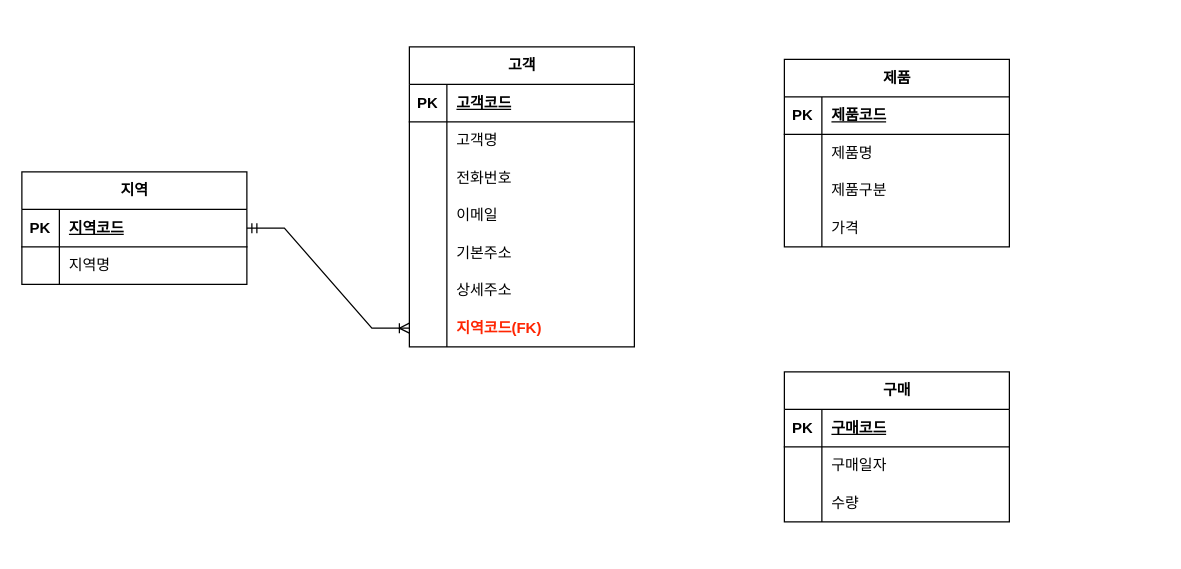
Above: page "페이지-3" (2 of 2) of 제목 없는 다이어그램.drawio in sunyoung-toone/ERD_study (draw.io), before the change. Source tidied: cells renumbered, new cells numbered last; positions are measured from the earlier drawing's top-left corner, leaving out a move shared by most shapes. Both pictures are drawn from the tidied source at 125%, with x=0, y=0 at pixel (21, 46).
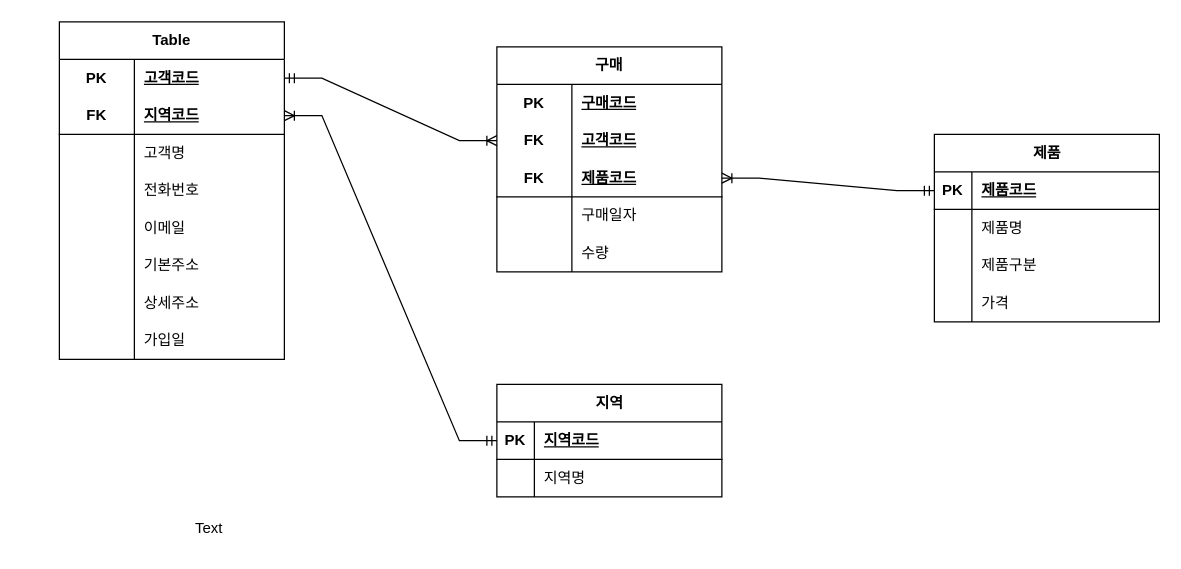
The same diagram, later.

Commit message:
제목 없는 다이어그램.drawio 업데이트

Unchanged cells that the change refers to:
```xml
<mxCell id="35" style="shape=tableRow;horizontal=0;startSize=0;swimlaneHead=0;swimlaneBody=0;fillColor=none;points=[[0,0.5],[1,0.5]];portConstraint=eastwest;top=0;left=0;right=0;bottom=1;" parent="34" vertex="1">
  <mxGeometry y="30" width="180" height="30" as="geometry" />
</mxCell>
<mxCell id="48" style="shape=tableRow;horizontal=0;startSize=0;swimlaneHead=0;swimlaneBody=0;fillColor=none;points=[[0,0.5],[1,0.5]];portConstraint=eastwest;top=0;left=0;right=0;bottom=1;" parent="47" vertex="1">
  <mxGeometry y="30" width="180" height="30" as="geometry" />
</mxCell>
```

Diff of the diagram source:
```diff
@@
-    <mxCell id="2" value="고객" style="shape=table;startSize=30;childLayout=tableLayout;rowLines=0;fontStyle=1;align=center;html=1;" parent="1" vertex="1">
-      <mxGeometry x="310" width="180" height="240" as="geometry" />
-    </mxCell>
-    <mxCell id="3" style="shape=tableRow;horizontal=0;startSize=0;swimlaneHead=0;swimlaneBody=0;fillColor=none;top=0;left=0;right=0;bottom=1;" parent="2" vertex="1">
-      <mxGeometry y="30" width="180" height="30" as="geometry" />
-    </mxCell>
-    <mxCell id="4" value="PK" style="shape=partialRectangle;fillColor=none;top=0;left=0;bottom=0;right=0;fontStyle=1;overflow=hidden;whiteSpace=wrap;html=1;" parent="3" vertex="1">
-      <mxGeometry width="30" height="30" as="geometry" />
-    </mxCell>
-    <mxCell id="5" value="고객코드" style="shape=partialRectangle;fillColor=none;top=0;left=0;bottom=0;right=0;align=left;spacingLeft=6;fontStyle=5;overflow=hidden;whiteSpace=wrap;html=1;" parent="3" vertex="1">
-      <mxGeometry x="30" width="150" height="30" as="geometry" />
-    </mxCell>
-    <mxCell id="6" style="shape=tableRow;horizontal=0;startSize=0;swimlaneHead=0;swimlaneBody=0;fillColor=none;top=0;left=0;right=0;bottom=0;" parent="2" vertex="1">
-      <mxGeometry y="60" width="180" height="30" as="geometry" />
-    </mxCell>
-    <mxCell id="7" style="shape=partialRectangle;fillColor=none;top=0;left=0;bottom=0;right=0;overflow=hidden;whiteSpace=wrap;html=1;" parent="6" vertex="1">
-      <mxGeometry width="30" height="30" as="geometry" />
-    </mxCell>
-    <mxCell id="8" value="고객명" style="shape=partialRectangle;fillColor=none;top=0;left=0;bottom=0;right=0;align=left;spacingLeft=6;overflow=hidden;whiteSpace=wrap;html=1;" parent="6" vertex="1">
-      <mxGeometry x="30" width="150" height="30" as="geometry" />
-    </mxCell>
-    <mxCell id="9" style="shape=tableRow;horizontal=0;startSize=0;swimlaneHead=0;swimlaneBody=0;fillColor=none;top=0;left=0;right=0;bottom=0;" parent="2" vertex="1">
-      <mxGeometry y="90" width="180" height="30" as="geometry" />
-    </mxCell>
-    <mxCell id="10" style="shape=partialRectangle;fillColor=none;top=0;left=0;bottom=0;right=0;overflow=hidden;whiteSpace=wrap;html=1;" parent="9" vertex="1">
-      <mxGeometry width="30" height="30" as="geometry" />
-    </mxCell>
-    <mxCell id="11" value="전화번호" style="shape=partialRectangle;fillColor=none;top=0;left=0;bottom=0;right=0;align=left;spacingLeft=6;overflow=hidden;whiteSpace=wrap;html=1;" parent="9" vertex="1">
-      <mxGeometry x="30" width="150" height="30" as="geometry" />
-    </mxCell>
-    <mxCell id="12" style="shape=tableRow;horizontal=0;startSize=0;swimlaneHead=0;swimlaneBody=0;fillColor=none;top=0;left=0;right=0;bottom=0;" parent="2" vertex="1">
-      <mxGeometry y="120" width="180" height="30" as="geometry" />
-    </mxCell>
-    <mxCell id="13" style="shape=partialRectangle;fillColor=none;top=0;left=0;bottom=0;right=0;overflow=hidden;whiteSpace=wrap;html=1;" parent="12" vertex="1">
-      <mxGeometry width="30" height="30" as="geometry" />
-    </mxCell>
-    <mxCell id="14" value="이메일" style="shape=partialRectangle;fillColor=none;top=0;left=0;bottom=0;right=0;align=left;spacingLeft=6;overflow=hidden;whiteSpace=wrap;html=1;" parent="12" vertex="1">
-      <mxGeometry x="30" width="150" height="30" as="geometry" />
-    </mxCell>
-    <mxCell id="15" style="shape=tableRow;horizontal=0;startSize=0;swimlaneHead=0;swimlaneBody=0;fillColor=none;top=0;left=0;right=0;bottom=0;" parent="2" vertex="1">
-      <mxGeometry y="150" width="180" height="30" as="geometry" />
-    </mxCell>
-    <mxCell id="16" style="shape=partialRectangle;fillColor=none;top=0;left=0;bottom=0;right=0;overflow=hidden;whiteSpace=wrap;html=1;" parent="15" vertex="1">
-      <mxGeometry width="30" height="30" as="geometry" />
-    </mxCell>
-    <mxCell id="17" value="기본주소" style="shape=partialRectangle;fillColor=none;top=0;left=0;bottom=0;right=0;align=left;spacingLeft=6;overflow=hidden;whiteSpace=wrap;html=1;" parent="15" vertex="1">
-      <mxGeometry x="30" width="150" height="30" as="geometry" />
-    </mxCell>
-    <mxCell id="18" style="shape=tableRow;horizontal=0;startSize=0;swimlaneHead=0;swimlaneBody=0;fillColor=none;top=0;left=0;right=0;bottom=0;" parent="2" vertex="1">
-      <mxGeometry y="180" width="180" height="30" as="geometry" />
-    </mxCell>
-    <mxCell id="19" style="shape=partialRectangle;fillColor=none;top=0;left=0;bottom=0;right=0;overflow=hidden;whiteSpace=wrap;html=1;" parent="18" vertex="1">
-      <mxGeometry width="30" height="30" as="geometry" />
-    </mxCell>
-    <mxCell id="20" value="상세주소" style="shape=partialRectangle;fillColor=none;top=0;left=0;bottom=0;right=0;align=left;spacingLeft=6;overflow=hidden;whiteSpace=wrap;html=1;" parent="18" vertex="1">
-      <mxGeometry x="30" width="150" height="30" as="geometry" />
-    </mxCell>
-    <mxCell id="21" style="shape=tableRow;horizontal=0;startSize=0;swimlaneHead=0;swimlaneBody=0;fillColor=none;points=[[0,0.5],[1,0.5]];portConstraint=eastwest;top=0;left=0;right=0;bottom=0;" parent="2" vertex="1">
-      <mxGeometry y="210" width="180" height="30" as="geometry" />
-    </mxCell>
-    <mxCell id="22" style="shape=partialRectangle;fillColor=none;top=0;left=0;bottom=0;right=0;overflow=hidden;whiteSpace=wrap;html=1;" parent="21" vertex="1">
-      <mxGeometry width="30" height="30" as="geometry" />
-    </mxCell>
-    <mxCell id="23" value="&lt;b&gt;&lt;font style=&quot;color: rgb(255, 37, 2);&quot;&gt;지역코드(FK)&lt;/font&gt;&lt;/b&gt;" style="shape=partialRectangle;fillColor=none;top=0;left=0;bottom=0;right=0;align=left;spacingLeft=6;overflow=hidden;whiteSpace=wrap;html=1;" parent="21" vertex="1">
-      <mxGeometry x="30" width="150" height="30" as="geometry" />
-    </mxCell>
-    <mxCell id="24" value="구매" style="shape=table;startSize=30;childLayout=tableLayout;rowLines=0;fontStyle=1;align=center;html=1;" parent="1" vertex="1">
-      <mxGeometry x="610" y="260" width="180" height="120" as="geometry" />
-    </mxCell>
-    <mxCell id="25" style="shape=tableRow;horizontal=0;startSize=0;swimlaneHead=0;swimlaneBody=0;fillColor=none;top=0;left=0;right=0;bottom=1;" parent="24" vertex="1">
-      <mxGeometry y="30" width="180" height="30" as="geometry" />
-    </mxCell>
-    <mxCell id="26" value="PK" style="shape=partialRectangle;fillColor=none;top=0;left=0;bottom=0;right=0;fontStyle=1;overflow=hidden;whiteSpace=wrap;html=1;" parent="25" vertex="1">
-      <mxGeometry width="30" height="30" as="geometry" />
-    </mxCell>
-    <mxCell id="27" value="구매코드" style="shape=partialRectangle;fillColor=none;top=0;left=0;bottom=0;right=0;align=left;spacingLeft=6;fontStyle=5;overflow=hidden;whiteSpace=wrap;html=1;" parent="25" vertex="1">
-      <mxGeometry x="30" width="150" height="30" as="geometry" />
-    </mxCell>
-    <mxCell id="28" style="shape=tableRow;horizontal=0;startSize=0;swimlaneHead=0;swimlaneBody=0;fillColor=none;top=0;left=0;right=0;bottom=0;" parent="24" vertex="1">
-      <mxGeometry y="60" width="180" height="30" as="geometry" />
-    </mxCell>
-    <mxCell id="29" style="shape=partialRectangle;fillColor=none;top=0;left=0;bottom=0;right=0;overflow=hidden;whiteSpace=wrap;html=1;" parent="28" vertex="1">
-      <mxGeometry width="30" height="30" as="geometry" />
-    </mxCell>
-    <mxCell id="30" value="구매일자" style="shape=partialRectangle;fillColor=none;top=0;left=0;bottom=0;right=0;align=left;spacingLeft=6;overflow=hidden;whiteSpace=wrap;html=1;" parent="28" vertex="1">
-      <mxGeometry x="30" width="150" height="30" as="geometry" />
-    </mxCell>
-    <mxCell id="31" style="shape=tableRow;horizontal=0;startSize=0;swimlaneHead=0;swimlaneBody=0;fillColor=none;top=0;left=0;right=0;bottom=0;" parent="24" vertex="1">
-      <mxGeometry y="90" width="180" height="30" as="geometry" />
-    </mxCell>
-    <mxCell id="32" style="shape=partialRectangle;fillColor=none;top=0;left=0;bottom=0;right=0;overflow=hidden;whiteSpace=wrap;html=1;" parent="31" vertex="1">
-      <mxGeometry width="30" height="30" as="geometry" />
-    </mxCell>
-    <mxCell id="33" value="수량" style="shape=partialRectangle;fillColor=none;top=0;left=0;bottom=0;right=0;align=left;spacingLeft=6;overflow=hidden;whiteSpace=wrap;html=1;" parent="31" vertex="1">
-      <mxGeometry x="30" width="150" height="30" as="geometry" />
-    </mxCell>
     <mxCell id="34" value="제품" style="shape=table;startSize=30;childLayout=tableLayout;rowLines=0;fontStyle=1;align=center;html=1;" parent="1" vertex="1">
-      <mxGeometry x="610" y="10" width="180" height="150" as="geometry" />
+      <mxGeometry x="730" y="70" width="180" height="150" as="geometry" />
     </mxCell>
@@
     <mxCell id="47" value="지역" style="shape=table;startSize=30;childLayout=tableLayout;rowLines=0;fontStyle=1;align=center;html=1;" parent="1" vertex="1">
-      <mxGeometry y="100" width="180" height="90" as="geometry" />
+      <mxGeometry x="380" y="270" width="180" height="90" as="geometry" />
     </mxCell>
@@
-    <mxCell id="54" style="edgeStyle=entityRelationEdgeStyle;fontSize=12;html=1;endArrow=ERoneToMany;startArrow=ERmandOne;rounded=0;exitX=1;exitY=0.5;exitDx=0;exitDy=0;entryX=0;entryY=0.5;entryDx=0;entryDy=0;" parent="1" edge="1" source="48" target="21">
-      <mxGeometry relative="1" as="geometry" />
-    </mxCell>
+    <mxCell id="24" value="구매" style="shape=table;startSize=30;childLayout=tableLayout;rowLines=0;fontStyle=1;align=center;html=1;whiteSpace=wrap;" parent="1" vertex="1">
+      <mxGeometry x="380" width="180" height="180" as="geometry" />
+    </mxCell>
+    <mxCell id="55" style="shape=tableRow;horizontal=0;startSize=0;swimlaneHead=0;swimlaneBody=0;fillColor=none;top=0;left=0;right=0;bottom=0;html=1;" parent="24" vertex="1">
+      <mxGeometry y="30" width="180" height="30" as="geometry" />
+    </mxCell>
+    <mxCell id="56" value="PK" style="shape=partialRectangle;fillColor=none;top=0;left=0;bottom=0;right=0;fontStyle=1;overflow=hidden;html=1;whiteSpace=wrap;" parent="55" vertex="1">
+      <mxGeometry width="60" height="30" as="geometry" />
+    </mxCell>
+    <mxCell id="27" value="구매코드" style="shape=partialRectangle;fillColor=none;top=0;left=0;bottom=0;right=0;align=left;spacingLeft=6;fontStyle=5;overflow=hidden;html=1;whiteSpace=wrap;" parent="55" vertex="1">
+      <mxGeometry x="60" width="120" height="30" as="geometry" />
+    </mxCell>
+    <mxCell id="57" style="shape=tableRow;horizontal=0;startSize=0;swimlaneHead=0;swimlaneBody=0;fillColor=none;points=[[0,0.5],[1,0.5]];portConstraint=eastwest;top=0;left=0;right=0;bottom=0;html=1;" parent="24" vertex="1">
+      <mxGeometry y="60" width="180" height="30" as="geometry" />
+    </mxCell>
+    <mxCell id="58" value="FK" style="shape=partialRectangle;fillColor=none;top=0;left=0;bottom=0;right=0;fontStyle=1;overflow=hidden;html=1;whiteSpace=wrap;" parent="57" vertex="1">
+      <mxGeometry width="60" height="30" as="geometry" />
+    </mxCell>
+    <mxCell id="59" value="고객코드" style="shape=partialRectangle;fillColor=none;top=0;left=0;bottom=0;right=0;align=left;spacingLeft=6;fontStyle=5;overflow=hidden;html=1;whiteSpace=wrap;" parent="57" vertex="1">
+      <mxGeometry x="60" width="120" height="30" as="geometry" />
+    </mxCell>
+    <mxCell id="60" style="shape=tableRow;horizontal=0;startSize=0;swimlaneHead=0;swimlaneBody=0;fillColor=none;points=[[0,0.5],[1,0.5]];portConstraint=eastwest;top=0;left=0;right=0;bottom=1;html=1;" parent="24" vertex="1">
+      <mxGeometry y="90" width="180" height="30" as="geometry" />
+    </mxCell>
+    <mxCell id="61" value="FK" style="shape=partialRectangle;fillColor=none;top=0;left=0;bottom=0;right=0;fontStyle=1;overflow=hidden;html=1;whiteSpace=wrap;" parent="60" vertex="1">
+      <mxGeometry width="60" height="30" as="geometry" />
+    </mxCell>
+    <mxCell id="62" value="제품코드" style="shape=partialRectangle;fillColor=none;top=0;left=0;bottom=0;right=0;align=left;spacingLeft=6;fontStyle=5;overflow=hidden;html=1;whiteSpace=wrap;" parent="60" vertex="1">
+      <mxGeometry x="60" width="120" height="30" as="geometry" />
+    </mxCell>
+    <mxCell id="63" style="shape=tableRow;horizontal=0;startSize=0;swimlaneHead=0;swimlaneBody=0;fillColor=none;top=0;left=0;right=0;bottom=0;html=1;" parent="24" vertex="1">
+      <mxGeometry y="120" width="180" height="30" as="geometry" />
+    </mxCell>
+    <mxCell id="64" style="shape=partialRectangle;fillColor=none;top=0;left=0;bottom=0;right=0;overflow=hidden;html=1;whiteSpace=wrap;" parent="63" vertex="1">
+      <mxGeometry width="60" height="30" as="geometry" />
+    </mxCell>
+    <mxCell id="30" value="구매일자" style="shape=partialRectangle;fillColor=none;top=0;left=0;bottom=0;right=0;align=left;spacingLeft=6;overflow=hidden;html=1;whiteSpace=wrap;" parent="63" vertex="1">
+      <mxGeometry x="60" width="120" height="30" as="geometry" />
+    </mxCell>
+    <mxCell id="65" style="shape=tableRow;horizontal=0;startSize=0;swimlaneHead=0;swimlaneBody=0;fillColor=none;top=0;left=0;right=0;bottom=0;html=1;" parent="24" vertex="1">
+      <mxGeometry y="150" width="180" height="30" as="geometry" />
+    </mxCell>
+    <mxCell id="66" style="shape=partialRectangle;fillColor=none;top=0;left=0;bottom=0;right=0;overflow=hidden;html=1;whiteSpace=wrap;" parent="65" vertex="1">
+      <mxGeometry width="60" height="30" as="geometry" />
+    </mxCell>
+    <mxCell id="33" value="수량" style="shape=partialRectangle;fillColor=none;top=0;left=0;bottom=0;right=0;align=left;spacingLeft=6;overflow=hidden;html=1;whiteSpace=wrap;" parent="65" vertex="1">
+      <mxGeometry x="60" width="120" height="30" as="geometry" />
+    </mxCell>
+    <mxCell id="67" style="edgeStyle=entityRelationEdgeStyle;fontSize=12;html=1;endArrow=ERoneToMany;startArrow=ERmandOne;rounded=0;exitX=1;exitY=0.5;exitDx=0;exitDy=0;entryX=0;entryY=0.5;entryDx=0;entryDy=0;" parent="1" edge="1" target="57">
+      <mxGeometry relative="1" as="geometry">
+        <mxPoint x="210" y="25" as="sourcePoint" />
+      </mxGeometry>
+    </mxCell>
+    <mxCell id="68" style="edgeStyle=entityRelationEdgeStyle;fontSize=12;html=1;endArrow=ERoneToMany;startArrow=ERmandOne;rounded=0;entryX=1;entryY=0.5;entryDx=0;entryDy=0;exitX=0;exitY=0.5;exitDx=0;exitDy=0;" parent="1" edge="1" source="35" target="60">
+      <mxGeometry relative="1" as="geometry" />
+    </mxCell>
+    <mxCell id="69" style="edgeStyle=entityRelationEdgeStyle;fontSize=12;html=1;endArrow=ERoneToMany;startArrow=ERmandOne;rounded=0;entryX=1;entryY=0.5;entryDx=0;entryDy=0;exitX=0;exitY=0.5;exitDx=0;exitDy=0;" parent="1" edge="1" source="48" target="74">
+      <mxGeometry relative="1" as="geometry" />
+    </mxCell>
+    <mxCell id="70" value="Table" style="shape=table;startSize=30;childLayout=tableLayout;rowLines=0;fontStyle=1;align=center;html=1;whiteSpace=wrap;" parent="1" vertex="1">
+      <mxGeometry x="30" y="-20" width="180" height="270" as="geometry" />
+    </mxCell>
+    <mxCell id="71" style="shape=tableRow;horizontal=0;startSize=0;swimlaneHead=0;swimlaneBody=0;fillColor=none;top=0;left=0;right=0;bottom=0;html=1;" parent="70" vertex="1">
+      <mxGeometry y="30" width="180" height="30" as="geometry" />
+    </mxCell>
+    <mxCell id="72" value="PK" style="shape=partialRectangle;fillColor=none;top=0;left=0;bottom=0;right=0;fontStyle=1;overflow=hidden;html=1;whiteSpace=wrap;" parent="71" vertex="1">
+      <mxGeometry width="60" height="30" as="geometry" />
+    </mxCell>
+    <mxCell id="73" value="고객코드" style="shape=partialRectangle;fillColor=none;top=0;left=0;bottom=0;right=0;align=left;spacingLeft=6;fontStyle=5;overflow=hidden;html=1;whiteSpace=wrap;" parent="71" vertex="1">
+      <mxGeometry x="60" width="120" height="30" as="geometry" />
+    </mxCell>
+    <mxCell id="74" style="shape=tableRow;horizontal=0;startSize=0;swimlaneHead=0;swimlaneBody=0;fillColor=none;points=[[0,0.5],[1,0.5]];portConstraint=eastwest;top=0;left=0;right=0;bottom=1;html=1;" parent="70" vertex="1">
+      <mxGeometry y="60" width="180" height="30" as="geometry" />
+    </mxCell>
+    <mxCell id="75" value="FK" style="shape=partialRectangle;fillColor=none;top=0;left=0;bottom=0;right=0;fontStyle=1;overflow=hidden;html=1;whiteSpace=wrap;" parent="74" vertex="1">
+      <mxGeometry width="60" height="30" as="geometry" />
+    </mxCell>
+    <mxCell id="76" value="지역코드" style="shape=partialRectangle;fillColor=none;top=0;left=0;bottom=0;right=0;align=left;spacingLeft=6;fontStyle=5;overflow=hidden;html=1;whiteSpace=wrap;" parent="74" vertex="1">
+      <mxGeometry x="60" width="120" height="30" as="geometry" />
+    </mxCell>
+    <mxCell id="77" style="shape=tableRow;horizontal=0;startSize=0;swimlaneHead=0;swimlaneBody=0;fillColor=none;top=0;left=0;right=0;bottom=0;html=1;" parent="70" vertex="1">
+      <mxGeometry y="90" width="180" height="30" as="geometry" />
+    </mxCell>
+    <mxCell id="78" style="shape=partialRectangle;fillColor=none;top=0;left=0;bottom=0;right=0;overflow=hidden;html=1;whiteSpace=wrap;" parent="77" vertex="1">
+      <mxGeometry width="60" height="30" as="geometry" />
+    </mxCell>
+    <mxCell id="8" value="고객명" style="shape=partialRectangle;fillColor=none;top=0;left=0;bottom=0;right=0;align=left;spacingLeft=6;overflow=hidden;html=1;whiteSpace=wrap;" parent="77" vertex="1">
+      <mxGeometry x="60" width="120" height="30" as="geometry" />
+    </mxCell>
+    <mxCell id="79" style="shape=tableRow;horizontal=0;startSize=0;swimlaneHead=0;swimlaneBody=0;fillColor=none;top=0;left=0;right=0;bottom=0;html=1;" parent="70" vertex="1">
+      <mxGeometry y="120" width="180" height="30" as="geometry" />
+    </mxCell>
+    <mxCell id="80" style="shape=partialRectangle;fillColor=none;top=0;left=0;bottom=0;right=0;overflow=hidden;html=1;whiteSpace=wrap;" parent="79" vertex="1">
+      <mxGeometry width="60" height="30" as="geometry" />
+    </mxCell>
+    <mxCell id="11" value="전화번호" style="shape=partialRectangle;fillColor=none;top=0;left=0;bottom=0;right=0;align=left;spacingLeft=6;overflow=hidden;html=1;whiteSpace=wrap;" parent="79" vertex="1">
+      <mxGeometry x="60" width="120" height="30" as="geometry" />
+    </mxCell>
+    <mxCell id="81" style="shape=tableRow;horizontal=0;startSize=0;swimlaneHead=0;swimlaneBody=0;fillColor=none;top=0;left=0;right=0;bottom=0;html=1;" parent="70" vertex="1">
+      <mxGeometry y="150" width="180" height="30" as="geometry" />
+    </mxCell>
+    <mxCell id="82" style="shape=partialRectangle;fillColor=none;top=0;left=0;bottom=0;right=0;overflow=hidden;html=1;whiteSpace=wrap;" parent="81" vertex="1">
+      <mxGeometry width="60" height="30" as="geometry" />
+    </mxCell>
+    <mxCell id="14" value="이메일" style="shape=partialRectangle;fillColor=none;top=0;left=0;bottom=0;right=0;align=left;spacingLeft=6;overflow=hidden;html=1;whiteSpace=wrap;" parent="81" vertex="1">
+      <mxGeometry x="60" width="120" height="30" as="geometry" />
+    </mxCell>
+    <mxCell id="83" style="shape=tableRow;horizontal=0;startSize=0;swimlaneHead=0;swimlaneBody=0;fillColor=none;top=0;left=0;right=0;bottom=0;html=1;" parent="70" vertex="1">
+      <mxGeometry y="180" width="180" height="30" as="geometry" />
+    </mxCell>
+    <mxCell id="84" style="shape=partialRectangle;fillColor=none;top=0;left=0;bottom=0;right=0;overflow=hidden;html=1;whiteSpace=wrap;" parent="83" vertex="1">
+      <mxGeometry width="60" height="30" as="geometry" />
+    </mxCell>
+    <mxCell id="17" value="기본주소" style="shape=partialRectangle;fillColor=none;top=0;left=0;bottom=0;right=0;align=left;spacingLeft=6;overflow=hidden;html=1;whiteSpace=wrap;" parent="83" vertex="1">
+      <mxGeometry x="60" width="120" height="30" as="geometry" />
+    </mxCell>
+    <mxCell id="85" style="shape=tableRow;horizontal=0;startSize=0;swimlaneHead=0;swimlaneBody=0;fillColor=none;top=0;left=0;right=0;bottom=0;html=1;" parent="70" vertex="1">
+      <mxGeometry y="210" width="180" height="30" as="geometry" />
+    </mxCell>
+    <mxCell id="86" style="shape=partialRectangle;fillColor=none;top=0;left=0;bottom=0;right=0;overflow=hidden;html=1;whiteSpace=wrap;" parent="85" vertex="1">
+      <mxGeometry width="60" height="30" as="geometry" />
+    </mxCell>
+    <mxCell id="20" value="상세주소" style="shape=partialRectangle;fillColor=none;top=0;left=0;bottom=0;right=0;align=left;spacingLeft=6;overflow=hidden;html=1;whiteSpace=wrap;" parent="85" vertex="1">
+      <mxGeometry x="60" width="120" height="30" as="geometry" />
+    </mxCell>
+    <mxCell id="87" style="shape=tableRow;horizontal=0;startSize=0;swimlaneHead=0;swimlaneBody=0;fillColor=none;top=0;left=0;right=0;bottom=0;html=1;" parent="70" vertex="1">
+      <mxGeometry y="240" width="180" height="30" as="geometry" />
+    </mxCell>
+    <mxCell id="88" style="shape=partialRectangle;fillColor=none;top=0;left=0;bottom=0;right=0;overflow=hidden;html=1;whiteSpace=wrap;" parent="87" vertex="1">
+      <mxGeometry width="60" height="30" as="geometry" />
+    </mxCell>
+    <mxCell id="89" value="가입일" style="shape=partialRectangle;fillColor=none;top=0;left=0;bottom=0;right=0;align=left;spacingLeft=6;overflow=hidden;html=1;whiteSpace=wrap;" parent="87" vertex="1">
+      <mxGeometry x="60" width="120" height="30" as="geometry" />
+    </mxCell>
+    <mxCell id="90" value="Text" style="text;html=1;whiteSpace=wrap;strokeColor=none;fillColor=none;align=center;verticalAlign=middle;rounded=0;" parent="1" vertex="1">
+      <mxGeometry x="120" y="370" width="60" height="30" as="geometry" />
+    </mxCell>
```
